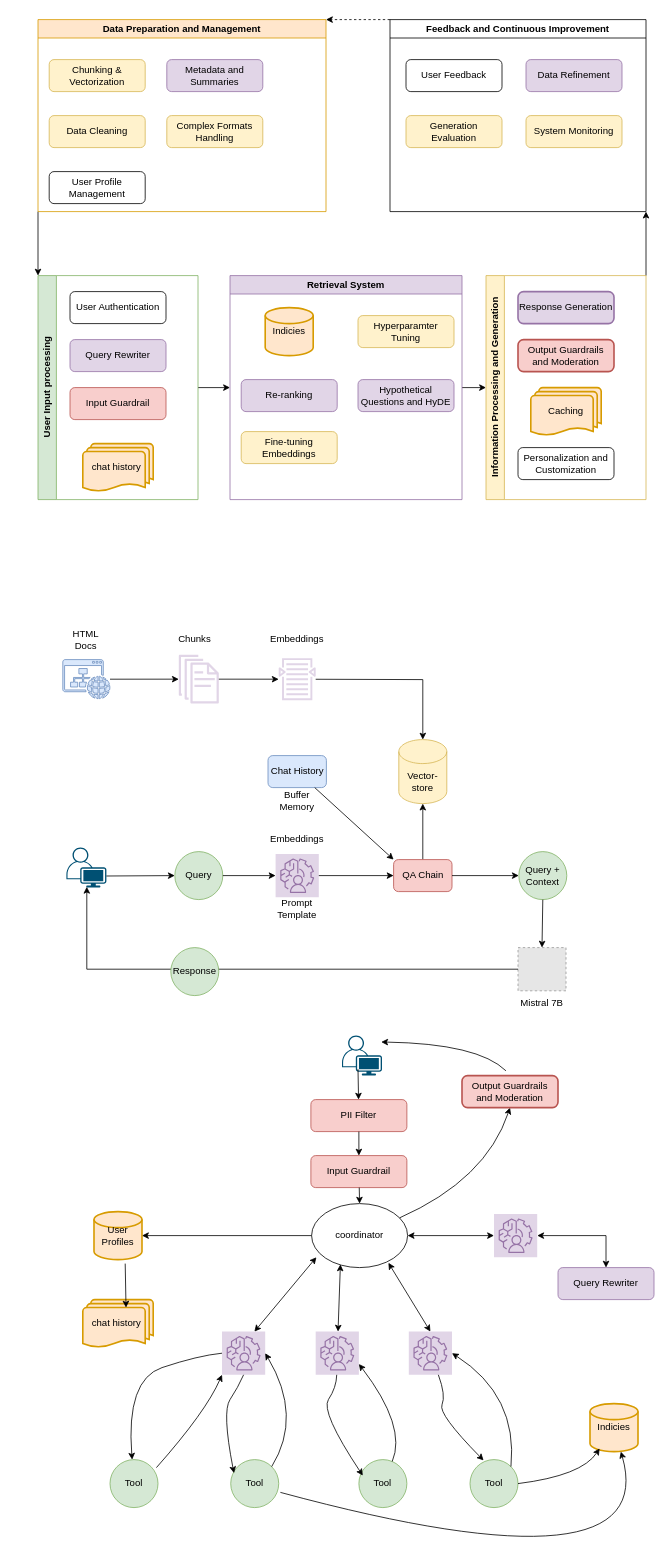
This is docs/roadmap_architecture.drawio from almutareb/InnovationPathfinderAI, a draw.io file, before an edit. Source tidied: cells renumbered, new cells numbered last; positions are measured from the earlier drawing's top-left corner, leaving out a move shared by most shapes. Both pictures are drawn from the tidied source at 80%, with x=0, y=0 at pixel (38, 19). Pictures stored in the file or linked from it are replaced by grey dashed boxes.
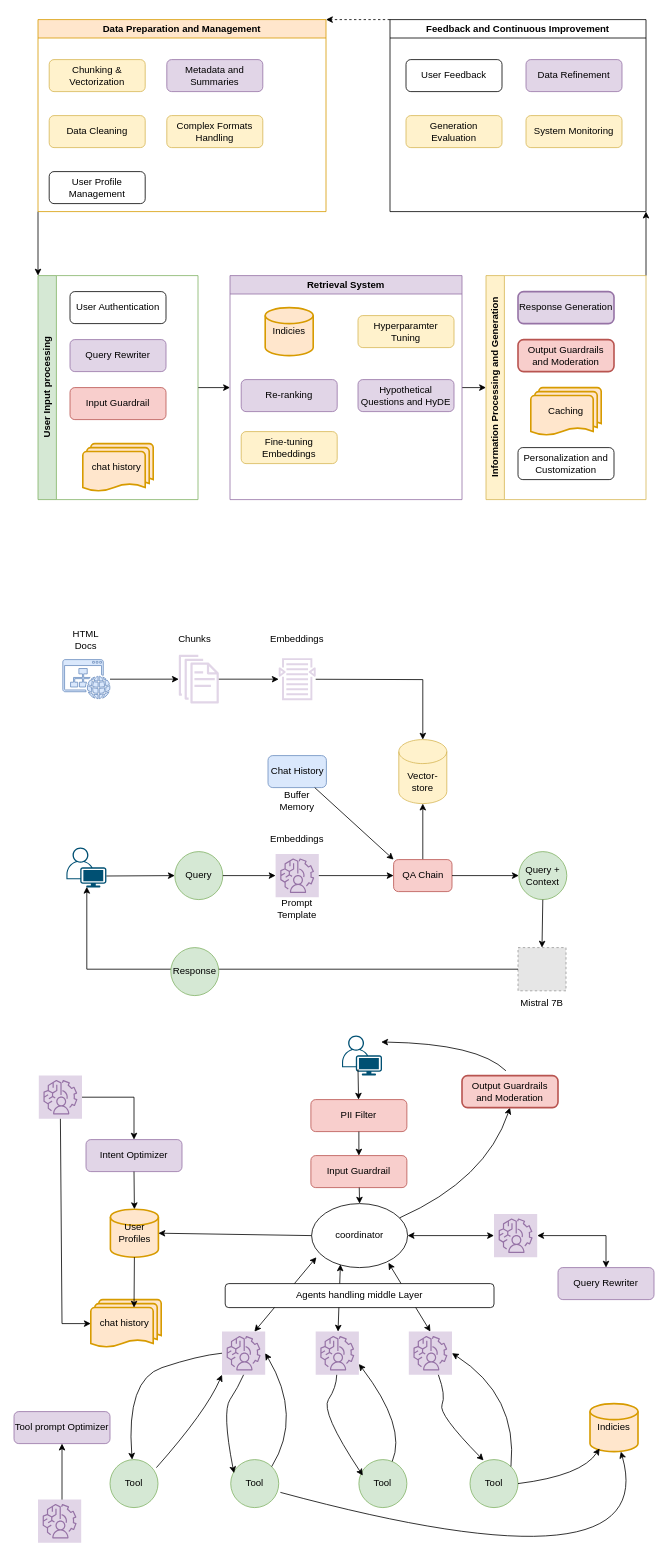
The same page after the edit.

The edit, as a diff of the source:
```diff
@@
     <mxCell id="68" value="chat history&amp;nbsp; " style="strokeWidth=2;html=1;shape=mxgraph.flowchart.multi-document;whiteSpace=wrap;fillColor=#ffe6cc;strokeColor=#d79b00;" parent="1" vertex="1">
-      <mxGeometry x="56" y="1600" width="88" height="60" as="geometry" />
+      <mxGeometry x="66" y="1600" width="88" height="60" as="geometry" />
     </mxCell>
@@
     <mxCell id="78" value="User Profiles" style="strokeWidth=2;html=1;shape=mxgraph.flowchart.database;whiteSpace=wrap;fillColor=#ffe6cc;strokeColor=#d79b00;" parent="1" vertex="1">
-      <mxGeometry x="70" y="1490" width="60" height="60" as="geometry" />
+      <mxGeometry x="90.5" y="1487" width="60" height="60" as="geometry" />
     </mxCell>
@@
-    <mxCell id="89" style="endArrow=classic;html=1;rounded=0;exitX=0.65;exitY=1.083;exitDx=0;exitDy=0;entryX=0.614;entryY=0.167;entryDx=0;entryDy=0;entryPerimeter=0;exitPerimeter=0;" parent="1" edge="1" source="78" target="68">
+    <mxCell id="89" style="endArrow=classic;html=1;rounded=0;exitX=0.5;exitY=1;exitDx=0;exitDy=0;entryX=0.614;entryY=0.167;entryDx=0;entryDy=0;entryPerimeter=0;exitPerimeter=0;" parent="1" edge="1" source="78" target="68">
       <mxGeometry relative="1" as="geometry" />
     </mxCell>
@@
+    <mxCell id="103" value="Intent Optimizer" style="rounded=1;whiteSpace=wrap;html=1;fontSize=12;glass=0;strokeWidth=1;shadow=0;fillColor=#e1d5e7;strokeColor=#9673a6;" parent="1" vertex="1">
+      <mxGeometry x="60" y="1400" width="120" height="40" as="geometry" />
+    </mxCell>
+    <mxCell id="104" style="sketch=0;points=[[0,0,0],[0.25,0,0],[0.5,0,0],[0.75,0,0],[1,0,0],[0,1,0],[0.25,1,0],[0.5,1,0],[0.75,1,0],[1,1,0],[0,0.25,0],[0,0.5,0],[0,0.75,0],[1,0.25,0],[1,0.5,0],[1,0.75,0]];outlineConnect=0;fillColor=#e1d5e7;strokeColor=#9673a6;dashed=0;verticalLabelPosition=bottom;verticalAlign=top;align=center;html=1;fontSize=12;fontStyle=0;shape=mxgraph.aws4.resourceIcon;resIcon=mxgraph.aws4.augmented_ai;" parent="1" vertex="1">
+      <mxGeometry x="1" y="1320" width="54" height="54" as="geometry" />
+    </mxCell>
+    <mxCell id="105" style="endArrow=classic;html=1;rounded=0;exitX=1;exitY=0.5;exitDx=0;exitDy=0;exitPerimeter=0;startArrow=none;startFill=0;entryX=0.5;entryY=0;entryDx=0;entryDy=0;" parent="1" edge="1" source="104" target="103">
+      <mxGeometry relative="1" as="geometry">
+        <Array as="points">
+          <mxPoint x="120" y="1347" />
+        </Array>
+      </mxGeometry>
+    </mxCell>
+    <mxCell id="106" style="endArrow=classic;html=1;rounded=0;exitX=0.5;exitY=1;exitDx=0;exitDy=0;entryX=0;entryY=0.5;entryDx=0;entryDy=0;exitPerimeter=0;startArrow=none;startFill=0;entryPerimeter=0;" parent="1" edge="1" source="104" target="68">
+      <mxGeometry relative="1" as="geometry">
+        <Array as="points">
+          <mxPoint x="30" y="1630" />
+        </Array>
+      </mxGeometry>
+    </mxCell>
+    <mxCell id="107" style="endArrow=classic;html=1;rounded=0;entryX=0.5;entryY=0;entryDx=0;entryDy=0;entryPerimeter=0;exitX=0.5;exitY=1;exitDx=0;exitDy=0;" parent="1" edge="1" source="103" target="78">
+      <mxGeometry relative="1" as="geometry" />
+    </mxCell>
+    <mxCell id="108" value="Agents handling middle Layer" style="rounded=1;whiteSpace=wrap;html=1;" parent="1" vertex="1">
+      <mxGeometry x="234" y="1580" width="336" height="30" as="geometry" />
+    </mxCell>
+    <mxCell id="109" value="Tool prompt Optimizer" style="rounded=1;whiteSpace=wrap;html=1;fontSize=12;glass=0;strokeWidth=1;shadow=0;fillColor=#e1d5e7;strokeColor=#9673a6;" parent="1" vertex="1">
+      <mxGeometry x="-30" y="1740" width="120" height="40" as="geometry" />
+    </mxCell>
+    <mxCell id="110" style="sketch=0;points=[[0,0,0],[0.25,0,0],[0.5,0,0],[0.75,0,0],[1,0,0],[0,1,0],[0.25,1,0],[0.5,1,0],[0.75,1,0],[1,1,0],[0,0.25,0],[0,0.5,0],[0,0.75,0],[1,0.25,0],[1,0.5,0],[1,0.75,0]];outlineConnect=0;fillColor=#e1d5e7;strokeColor=#9673a6;dashed=0;verticalLabelPosition=bottom;verticalAlign=top;align=center;html=1;fontSize=12;fontStyle=0;shape=mxgraph.aws4.resourceIcon;resIcon=mxgraph.aws4.augmented_ai;" parent="1" vertex="1">
+      <mxGeometry y="1850" width="54" height="54" as="geometry" />
+    </mxCell>
+    <mxCell id="111" style="endArrow=classic;html=1;rounded=0;startArrow=none;startFill=0;entryX=0.5;entryY=1;entryDx=0;entryDy=0;" parent="1" edge="1" source="110" target="109">
+      <mxGeometry relative="1" as="geometry">
+        <Array as="points">
+          <mxPoint x="30" y="1850" />
+        </Array>
+      </mxGeometry>
+    </mxCell>
```
